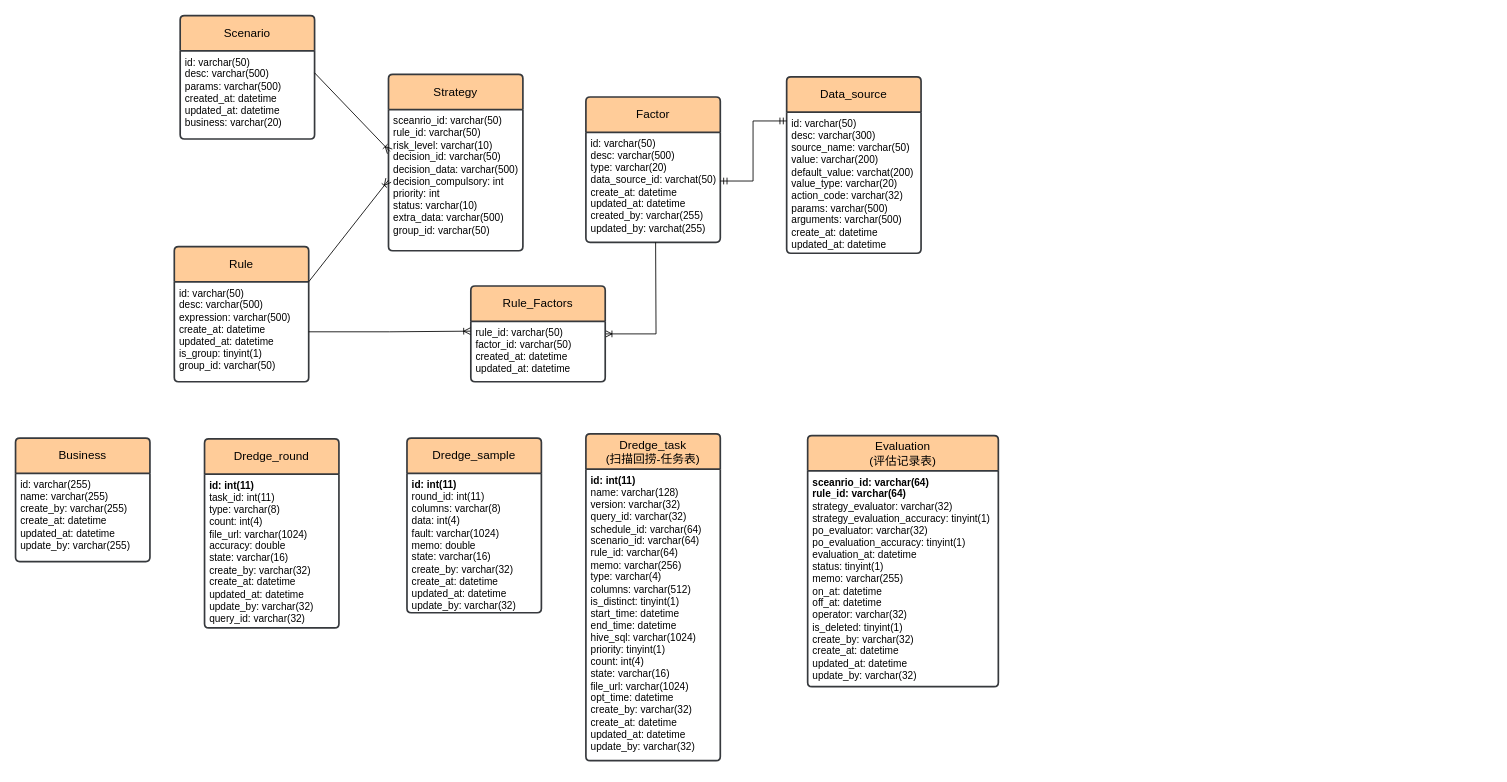
Earlier version of the draw.io diagram pictures/hammurabi-er1.drawio (Pumpkin9841/pictures). Source tidied: cells renumbered, new cells numbered last; positions are measured from the earlier drawing's top-left corner, leaving out a move shared by most shapes. Both pictures are drawn from the tidied source at 84%, with x=0, y=0 at pixel (15, 15).
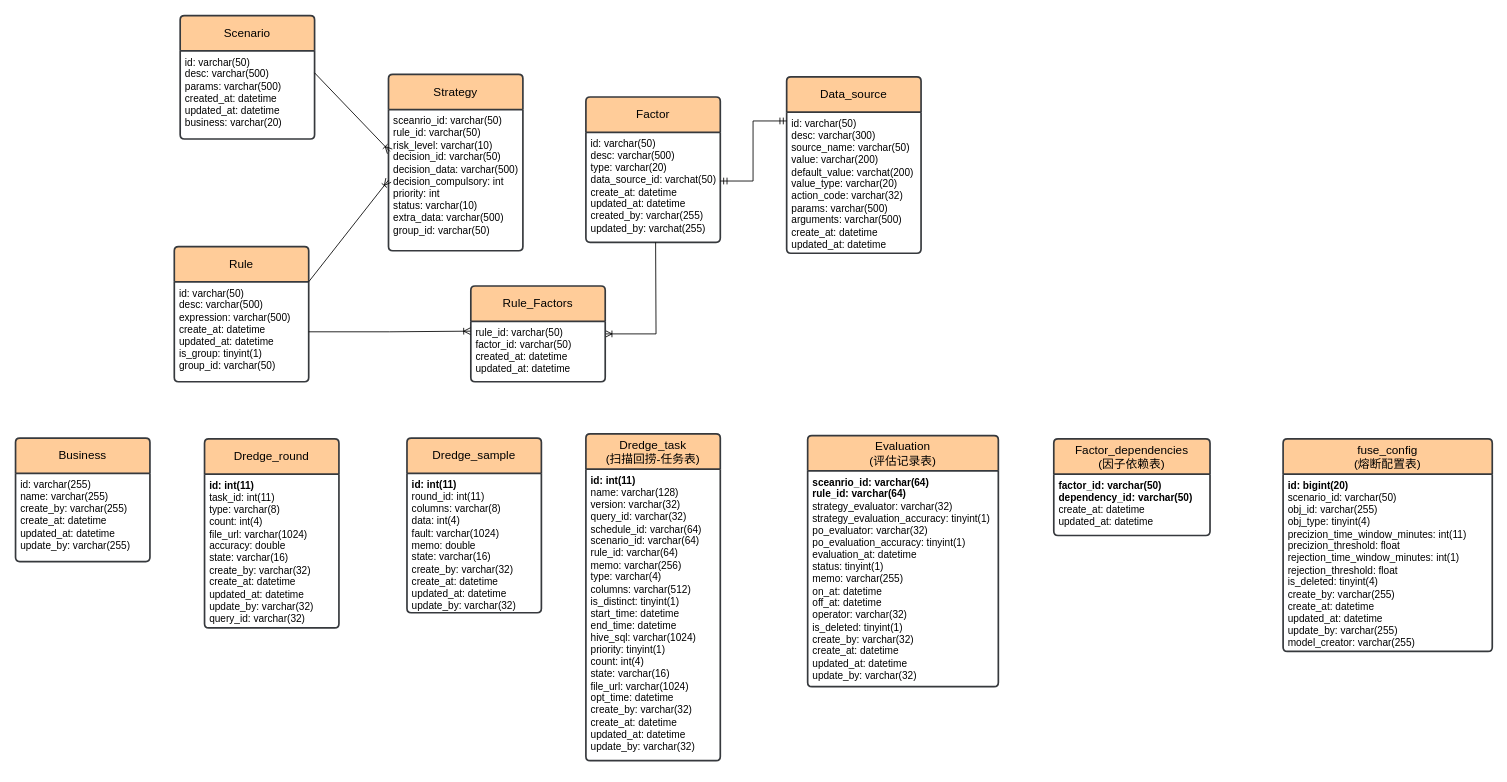
The same diagram, later.

Commit message:
添加fuse_config

What changed in the source:
```diff
@@
+    <mxCell id="40" value="Factor_dependencies&lt;br&gt;(因子依赖表)" style="swimlane;horizontal=1;startSize=42;rounded=1;fontSize=14;fontStyle=0;strokeWidth=2;shadow=0;dashed=0;align=center;arcSize=4;whiteSpace=wrap;html=1;fillColor=#ffcc99;strokeColor=#36393d;" parent="1" vertex="1">
+      <mxGeometry x="1236" y="504" width="186" height="115" as="geometry" />
+    </mxCell>
+    <mxCell id="41" value="&lt;b&gt;factor_id: varchar(50)&lt;br&gt;dependency_id: varchar(50)&lt;/b&gt;&lt;br&gt;create_at: datetime&lt;br&gt;updated_at: datetime" style="align=left;strokeColor=none;fillColor=none;spacingLeft=4;fontSize=12;verticalAlign=top;html=1;" parent="40" vertex="1">
+      <mxGeometry y="42" width="186" height="73" as="geometry" />
+    </mxCell>
+    <mxCell id="42" style="edgeStyle=orthogonalEdgeStyle;rounded=0;orthogonalLoop=1;jettySize=auto;html=1;exitX=0.5;exitY=1;exitDx=0;exitDy=0;" parent="40" edge="1" source="41" target="41">
+      <mxGeometry relative="1" as="geometry" />
+    </mxCell>
+    <mxCell id="43" value="fuse_config&lt;br&gt;(熔断配置表)" style="swimlane;horizontal=1;startSize=42;rounded=1;fontSize=14;fontStyle=0;strokeWidth=2;shadow=0;dashed=0;align=center;arcSize=4;whiteSpace=wrap;html=1;fillColor=#ffcc99;strokeColor=#36393d;" parent="1" vertex="1">
+      <mxGeometry x="1509" y="504" width="249" height="253" as="geometry" />
+    </mxCell>
+    <mxCell id="44" value="&lt;b&gt;id: bigint(20)&lt;br&gt;&lt;/b&gt;scenario_id: varchar(50)&lt;br&gt;obj_id: varchar(255)&lt;br&gt;obj_type: tinyint(4)&lt;br&gt;precizion_time_window_minutes: int(11)&lt;br&gt;precizion_threshold: float&lt;br&gt;rejection_time_window_minutes: int(1)&lt;br&gt;rejection_threshold: float&lt;br&gt;is_deleted: tinyint(4)&lt;br&gt;create_by: varchar(255)&lt;br style=&quot;border-color: var(--border-color);&quot;&gt;create_at: datetime&lt;br style=&quot;border-color: var(--border-color);&quot;&gt;updated_at: datetime&lt;br style=&quot;border-color: var(--border-color);&quot;&gt;update_by: varchar(255)&lt;br&gt;model_creator: varchar(255)" style="align=left;strokeColor=none;fillColor=none;spacingLeft=4;fontSize=12;verticalAlign=top;html=1;" parent="43" vertex="1">
+      <mxGeometry y="42" width="249" height="211" as="geometry" />
+    </mxCell>
+    <mxCell id="45" style="edgeStyle=orthogonalEdgeStyle;rounded=0;orthogonalLoop=1;jettySize=auto;html=1;exitX=0.5;exitY=1;exitDx=0;exitDy=0;" parent="43" edge="1" source="44" target="44">
+      <mxGeometry relative="1" as="geometry" />
+    </mxCell>
```
